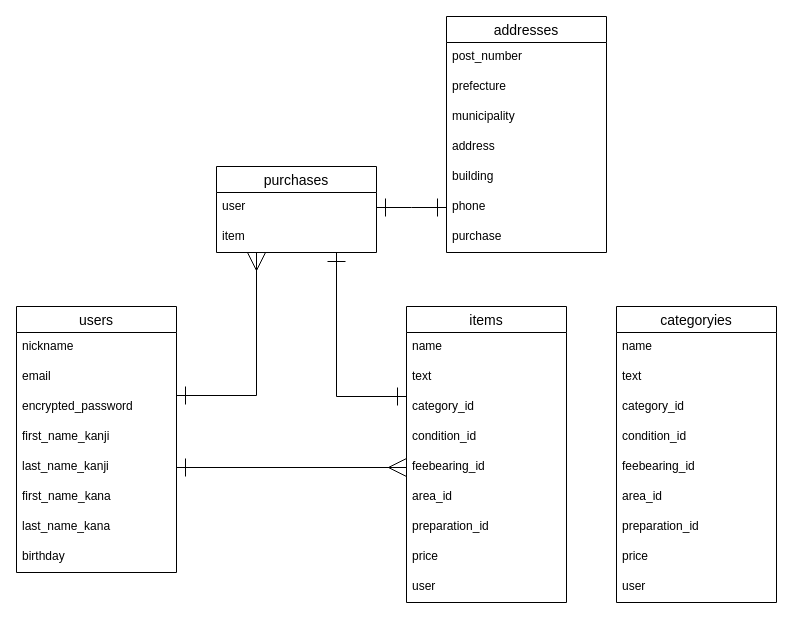
Above: ER.dio in kazu1080601/furima-32572 (draw.io), before the change. Source tidied: cells renumbered, new cells numbered last; positions are measured from the earlier drawing's top-left corner, leaving out a move shared by most shapes. Both pictures are drawn from the tidied source at 100%, with x=0, y=0 at pixel (16, 16).
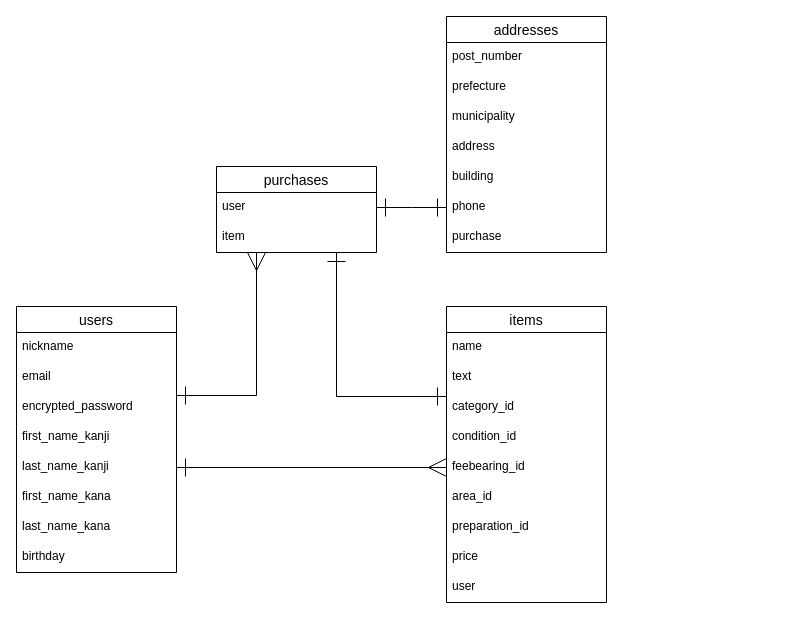
The same diagram, later.

Commit message (it also covers changes not shown here):
プルリクエスト指摘事項修正（2回目）

Unchanged cells that the change refers to:
```xml
<mxCell id="5" value="category_id" style="text;strokeColor=none;fillColor=none;spacingLeft=4;spacingRight=4;overflow=hidden;points=[[0,0.5],[1,0.5]];portConstraint=eastwest;fontSize=12;" parent="2" vertex="1">
  <mxGeometry y="86" width="160" height="30" as="geometry" />
</mxCell>
<mxCell id="21" value="purchases" style="swimlane;fontStyle=0;horizontal=1;startSize=26;align=center;fontSize=14;" parent="1" vertex="1">
  <mxGeometry x="200" y="150" width="160" height="86" as="geometry" />
</mxCell>
```

Diff of the diagram source:
```diff
@@
     <mxCell id="2" value="items" style="swimlane;fontStyle=0;horizontal=1;startSize=26;align=center;fontSize=14;" parent="1" vertex="1">
-      <mxGeometry x="390" y="290" width="160" height="296" as="geometry" />
+      <mxGeometry x="430" y="290" width="160" height="296" as="geometry" />
     </mxCell>
@@
-    <mxCell id="33" style="edgeStyle=orthogonalEdgeStyle;rounded=0;jettySize=auto;html=1;endArrow=ERone;endFill=0;endSize=16;startArrow=ERone;startFill=0;startSize=16;entryX=0.75;entryY=1;entryDx=0;entryDy=0;" parent="1" edge="1" target="21">
+    <mxCell id="33" style="edgeStyle=orthogonalEdgeStyle;rounded=0;jettySize=auto;html=1;endArrow=ERone;endFill=0;endSize=16;startArrow=ERone;startFill=0;startSize=16;entryX=0.75;entryY=1;entryDx=0;entryDy=0;exitX=0;exitY=0.133;exitDx=0;exitDy=0;exitPerimeter=0;" parent="1" edge="1" source="5" target="21">
       <mxGeometry relative="1" as="geometry">
-        <mxPoint x="390" y="380" as="sourcePoint" />
         <Array as="points">
           <mxPoint x="320" y="380" />
         </Array>
       </mxGeometry>
     </mxCell>
@@
-    <mxCell id="36" value="categoryies" style="swimlane;fontStyle=0;horizontal=1;startSize=26;align=center;fontSize=14;" parent="1" vertex="1">
-      <mxGeometry x="600" y="290" width="160" height="296" as="geometry" />
-    </mxCell>
-    <mxCell id="37" value="name" style="text;strokeColor=none;fillColor=none;spacingLeft=4;spacingRight=4;overflow=hidden;fontSize=12;" parent="36" vertex="1">
-      <mxGeometry y="26" width="160" height="30" as="geometry" />
-    </mxCell>
-    <mxCell id="38" value="text" style="text;strokeColor=none;fillColor=none;spacingLeft=4;spacingRight=4;overflow=hidden;fontSize=12;" parent="36" vertex="1">
-      <mxGeometry y="56" width="160" height="30" as="geometry" />
-    </mxCell>
-    <mxCell id="39" value="category_id" style="text;strokeColor=none;fillColor=none;spacingLeft=4;spacingRight=4;overflow=hidden;fontSize=12;" parent="36" vertex="1">
-      <mxGeometry y="86" width="160" height="30" as="geometry" />
-    </mxCell>
-    <mxCell id="40" value="condition_id" style="text;strokeColor=none;fillColor=none;spacingLeft=4;spacingRight=4;overflow=hidden;fontSize=12;" parent="36" vertex="1">
-      <mxGeometry y="116" width="160" height="30" as="geometry" />
-    </mxCell>
-    <mxCell id="41" value="feebearing_id" style="text;strokeColor=none;fillColor=none;spacingLeft=4;spacingRight=4;overflow=hidden;fontSize=12;" parent="36" vertex="1">
-      <mxGeometry y="146" width="160" height="30" as="geometry" />
-    </mxCell>
-    <mxCell id="42" value="area_id" style="text;strokeColor=none;fillColor=none;spacingLeft=4;spacingRight=4;overflow=hidden;fontSize=12;" parent="36" vertex="1">
-      <mxGeometry y="176" width="160" height="30" as="geometry" />
-    </mxCell>
-    <mxCell id="43" value="preparation_id" style="text;strokeColor=none;fillColor=none;spacingLeft=4;spacingRight=4;overflow=hidden;fontSize=12;" parent="36" vertex="1">
-      <mxGeometry y="206" width="160" height="30" as="geometry" />
-    </mxCell>
-    <mxCell id="44" value="price" style="text;strokeColor=none;fillColor=none;spacingLeft=4;spacingRight=4;overflow=hidden;fontSize=12;" parent="36" vertex="1">
-      <mxGeometry y="236" width="160" height="30" as="geometry" />
-    </mxCell>
-    <mxCell id="45" value="user" style="text;strokeColor=none;fillColor=none;spacingLeft=4;spacingRight=4;overflow=hidden;fontSize=12;" parent="36" vertex="1">
-      <mxGeometry y="266" width="160" height="30" as="geometry" />
-    </mxCell>
```
